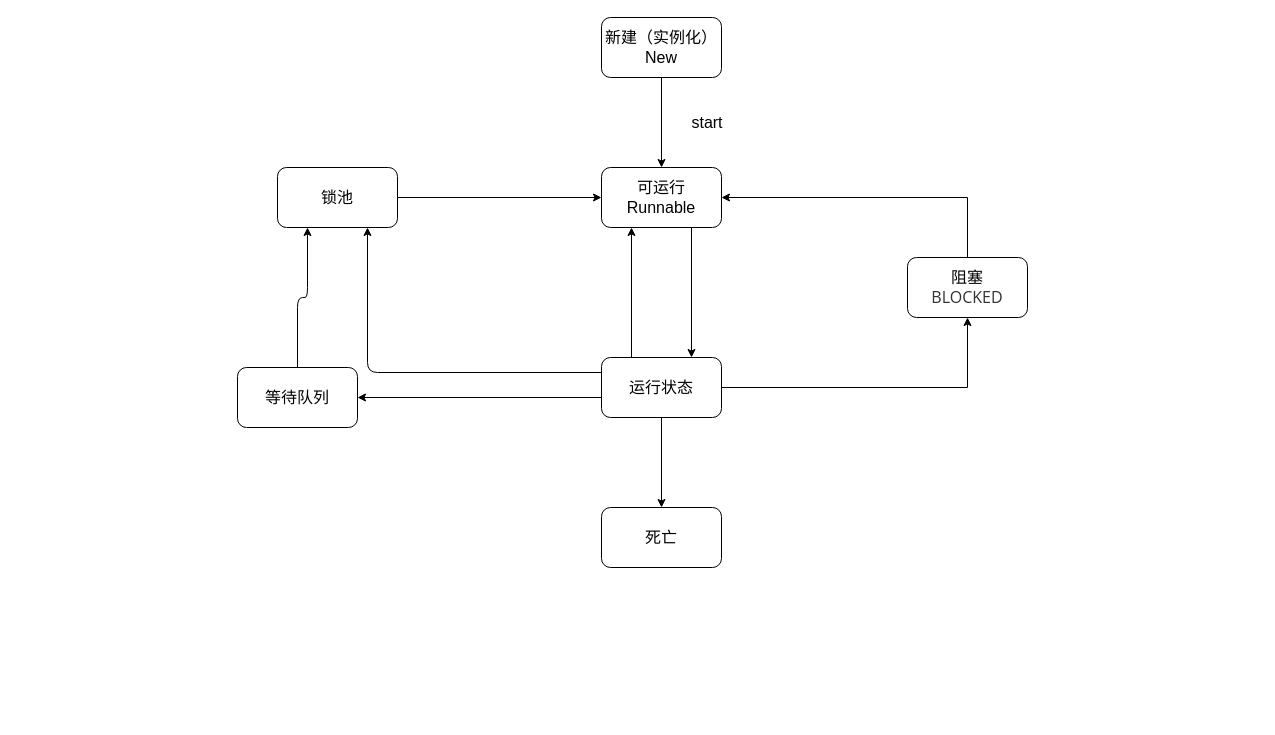
Before: 图表文件/多线程/线程状态转换.drawio in Syske/person-learning-note, a draw.io diagram. Source tidied: cells renumbered, new cells numbered last; positions are measured from the earlier drawing's top-left corner, leaving out a move shared by most shapes. Both pictures are drawn from the tidied source at 100%, with x=0, y=0 at pixel (237, 17).
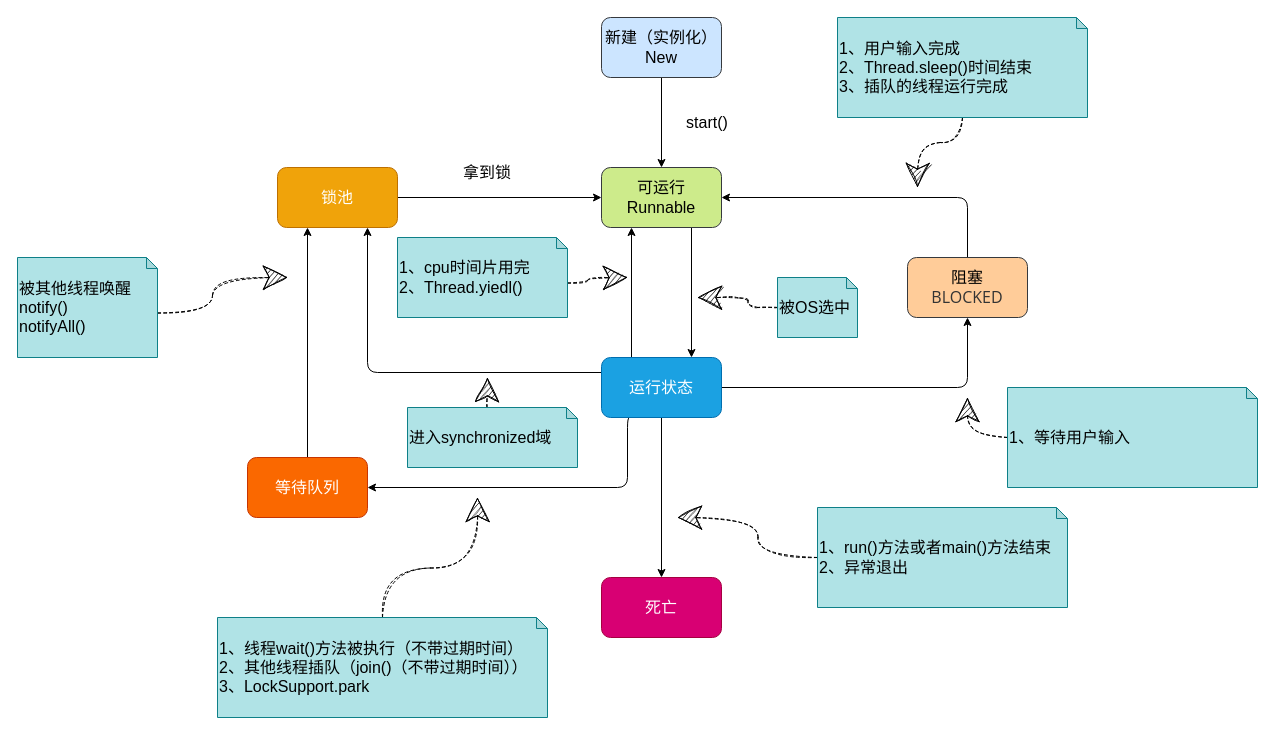
Above is the later version.

Commit message (it also covers changes not shown here):
update note commit by system at 2021-11-15 18:00:02.82

The edit, as a diff of the source:
```diff
@@
-    <mxCell id="3" value="新建（实例化）&lt;br&gt;New" style="rounded=1;whiteSpace=wrap;html=1;fontSize=16;" parent="1" vertex="1">
+    <mxCell id="3" value="新建（实例化）&lt;br&gt;New" style="rounded=1;whiteSpace=wrap;html=1;fontSize=16;fillColor=#cce5ff;strokeColor=#36393d;" parent="1" vertex="1">
       <mxGeometry x="364" width="120" height="60" as="geometry" />
     </mxCell>
@@
-    <mxCell id="5" value="可运行&lt;br&gt;Runnable" style="rounded=1;whiteSpace=wrap;html=1;fontSize=16;" parent="1" vertex="1">
+    <mxCell id="5" value="可运行&lt;br&gt;Runnable" style="rounded=1;whiteSpace=wrap;html=1;fontSize=16;fillColor=#cdeb8b;strokeColor=#36393d;" parent="1" vertex="1">
       <mxGeometry x="364" y="150" width="120" height="60" as="geometry" />
     </mxCell>
@@
-    <mxCell id="7" value="锁池" style="rounded=1;whiteSpace=wrap;html=1;fontSize=16;" parent="1" vertex="1">
+    <mxCell id="7" value="锁池" style="rounded=1;whiteSpace=wrap;html=1;fontSize=16;fillColor=#f0a30a;strokeColor=#BD7000;fontColor=#FFFFFF;" parent="1" vertex="1">
       <mxGeometry x="40" y="150" width="120" height="60" as="geometry" />
     </mxCell>
@@
-    <mxCell id="9" value="等待队列" style="rounded=1;whiteSpace=wrap;html=1;fontSize=16;" parent="1" vertex="1">
-      <mxGeometry y="350" width="120" height="60" as="geometry" />
+    <mxCell id="9" value="等待队列" style="rounded=1;whiteSpace=wrap;html=1;fontSize=16;fillColor=#fa6800;strokeColor=#C73500;fontColor=#FFFFFF;" parent="1" vertex="1">
+      <mxGeometry x="10" y="440" width="120" height="60" as="geometry" />
     </mxCell>
@@
-    <mxCell id="11" style="edgeStyle=orthogonalEdgeStyle;rounded=0;jettySize=auto;html=1;exitX=1;exitY=0.5;exitDx=0;exitDy=0;entryX=0.5;entryY=1;entryDx=0;entryDy=0;fontSize=16;" parent="1" edge="1" source="15" target="18">
+    <mxCell id="11" style="edgeStyle=orthogonalEdgeStyle;rounded=1;jettySize=auto;html=1;exitX=1;exitY=0.5;exitDx=0;exitDy=0;entryX=0.5;entryY=1;entryDx=0;entryDy=0;fontSize=16;" parent="1" edge="1" source="15" target="18">
       <mxGeometry relative="1" as="geometry" />
     </mxCell>
-    <mxCell id="12" style="edgeStyle=orthogonalEdgeStyle;rounded=0;jettySize=auto;html=1;exitX=0.003;exitY=0.649;exitDx=0;exitDy=0;fontSize=16;exitPerimeter=0;" parent="1" edge="1" source="15">
+    <mxCell id="12" style="edgeStyle=orthogonalEdgeStyle;rounded=1;jettySize=auto;html=1;exitX=0.25;exitY=1;exitDx=0;exitDy=0;fontSize=16;entryX=1;entryY=0.5;entryDx=0;entryDy=0;" parent="1" edge="1" source="15" target="9">
       <mxGeometry relative="1" as="geometry">
-        <mxPoint x="120" y="380" as="targetPoint" />
         <Array as="points">
-          <mxPoint x="364" y="380" />
+          <mxPoint x="390" y="400" />
+          <mxPoint x="390" y="470" />
         </Array>
       </mxGeometry>
     </mxCell>
@@
-    <mxCell id="15" value="运行状态" style="rounded=1;whiteSpace=wrap;html=1;fontSize=16;" parent="1" vertex="1">
+    <mxCell id="15" value="运行状态" style="rounded=1;whiteSpace=wrap;html=1;fontSize=16;fillColor=#1ba1e2;strokeColor=#006EAF;fontColor=#ffffff;" parent="1" vertex="1">
       <mxGeometry x="364" y="340" width="120" height="60" as="geometry" />
     </mxCell>
-    <mxCell id="16" value="死亡&lt;br&gt;" style="rounded=1;whiteSpace=wrap;html=1;fontSize=16;" parent="1" vertex="1">
-      <mxGeometry x="364" y="490" width="120" height="60" as="geometry" />
+    <mxCell id="16" value="死亡&lt;br&gt;" style="rounded=1;whiteSpace=wrap;html=1;fontSize=16;fillColor=#d80073;fontColor=#ffffff;strokeColor=#A50040;" parent="1" vertex="1">
+      <mxGeometry x="364" y="560" width="120" height="60" as="geometry" />
     </mxCell>
-    <mxCell id="17" style="edgeStyle=orthogonalEdgeStyle;rounded=0;jettySize=auto;html=1;exitX=0.5;exitY=0;exitDx=0;exitDy=0;entryX=1;entryY=0.5;entryDx=0;entryDy=0;fontSize=16;" parent="1" edge="1" source="18" target="5">
+    <mxCell id="17" style="edgeStyle=orthogonalEdgeStyle;rounded=1;jettySize=auto;html=1;exitX=0.5;exitY=0;exitDx=0;exitDy=0;entryX=1;entryY=0.5;entryDx=0;entryDy=0;fontSize=16;" parent="1" edge="1" source="18" target="5">
       <mxGeometry relative="1" as="geometry" />
     </mxCell>
-    <mxCell id="18" value="阻塞&lt;br&gt;&lt;span style=&quot;color: rgb(51 , 51 , 51) ; font-family: &amp;#34;open sans&amp;#34; , &amp;#34;clear sans&amp;#34; , &amp;#34;helvetica neue&amp;#34; , &amp;#34;helvetica&amp;#34; , &amp;#34;arial&amp;#34; , &amp;#34;segoe ui emoji&amp;#34; , sans-serif ; text-align: left ; background-color: rgb(255 , 255 , 255)&quot;&gt;BLOCKED&lt;/span&gt;" style="rounded=1;whiteSpace=wrap;html=1;fontSize=16;" parent="1" vertex="1">
+    <mxCell id="18" value="阻塞&lt;br&gt;&lt;span style=&quot;color: rgb(51 , 51 , 51) ; font-family: &amp;#34;open sans&amp;#34; , &amp;#34;clear sans&amp;#34; , &amp;#34;helvetica neue&amp;#34; , &amp;#34;helvetica&amp;#34; , &amp;#34;arial&amp;#34; , &amp;#34;segoe ui emoji&amp;#34; , sans-serif ; text-align: left&quot;&gt;BLOCKED&lt;/span&gt;" style="rounded=1;whiteSpace=wrap;html=1;fontSize=16;fillColor=#ffcc99;strokeColor=#36393d;" parent="1" vertex="1">
       <mxGeometry x="670" y="240" width="120" height="60" as="geometry" />
     </mxCell>
-    <mxCell id="19" value="start" style="text;html=1;strokeColor=none;fillColor=none;align=center;verticalAlign=middle;whiteSpace=wrap;rounded=0;fontSize=16;" parent="1" vertex="1">
+    <mxCell id="19" value="start()" style="text;html=1;strokeColor=none;fillColor=none;align=center;verticalAlign=middle;whiteSpace=wrap;rounded=0;fontSize=16;" parent="1" vertex="1">
       <mxGeometry x="440" y="90" width="60" height="30" as="geometry" />
     </mxCell>
+    <mxCell id="20" value="拿到锁" style="text;html=1;strokeColor=none;fillColor=none;align=center;verticalAlign=middle;whiteSpace=wrap;rounded=0;fontSize=16;" parent="1" vertex="1">
+      <mxGeometry x="220" y="140" width="60" height="30" as="geometry" />
+    </mxCell>
+    <mxCell id="21" style="edgeStyle=orthogonalEdgeStyle;rounded=1;jettySize=auto;html=1;exitX=0;exitY=0;exitDx=140;exitDy=55.5;exitPerimeter=0;dashed=1;curved=1;sketch=1;endSize=22;" parent="1" edge="1" source="22">
+      <mxGeometry relative="1" as="geometry">
+        <mxPoint x="50" y="260" as="targetPoint" />
+      </mxGeometry>
+    </mxCell>
+    <mxCell id="22" value="&lt;span style=&quot;font-size: 16px&quot;&gt;被其他线程唤醒&lt;/span&gt;&lt;br style=&quot;font-size: 16px&quot;&gt;&lt;span style=&quot;font-size: 16px&quot;&gt;notify()&lt;/span&gt;&lt;br style=&quot;font-size: 16px&quot;&gt;&lt;span style=&quot;font-size: 16px&quot;&gt;notifyAll()&lt;/span&gt;" style="shape=note;whiteSpace=wrap;html=1;backgroundOutline=1;darkOpacity=0.05;labelBackgroundColor=none;align=left;size=11;fillColor=#b0e3e6;strokeColor=#0e8088;" parent="1" vertex="1">
+      <mxGeometry x="-220" y="240" width="140" height="100" as="geometry" />
+    </mxCell>
+    <mxCell id="23" style="edgeStyle=orthogonalEdgeStyle;curved=1;rounded=1;sketch=1;jettySize=auto;html=1;exitX=0;exitY=0.5;exitDx=0;exitDy=0;exitPerimeter=0;dashed=1;endSize=22;" parent="1" edge="1" source="24">
+      <mxGeometry relative="1" as="geometry">
+        <mxPoint x="440" y="500" as="targetPoint" />
+      </mxGeometry>
+    </mxCell>
+    <mxCell id="24" value="&lt;span style=&quot;font-size: 16px&quot;&gt;1、run()方法或者main()方法结束&lt;/span&gt;&lt;br style=&quot;font-size: 16px&quot;&gt;&lt;span style=&quot;font-size: 16px&quot;&gt;2、异常退出&lt;/span&gt;" style="shape=note;whiteSpace=wrap;html=1;backgroundOutline=1;darkOpacity=0.05;labelBackgroundColor=none;align=left;size=11;fillColor=#b0e3e6;strokeColor=#0e8088;" parent="1" vertex="1">
+      <mxGeometry x="580" y="490" width="250" height="100" as="geometry" />
+    </mxCell>
+    <mxCell id="25" style="edgeStyle=orthogonalEdgeStyle;curved=1;rounded=1;sketch=1;jettySize=auto;html=1;exitX=0;exitY=0.5;exitDx=0;exitDy=0;exitPerimeter=0;dashed=1;endSize=22;" parent="1" edge="1" source="26">
+      <mxGeometry relative="1" as="geometry">
+        <mxPoint x="730" y="380" as="targetPoint" />
+      </mxGeometry>
+    </mxCell>
+    <mxCell id="26" value="&lt;span style=&quot;font-size: 16px&quot;&gt;1、等待用户输入&lt;/span&gt;" style="shape=note;whiteSpace=wrap;html=1;backgroundOutline=1;darkOpacity=0.05;labelBackgroundColor=none;align=left;size=11;fillColor=#b0e3e6;strokeColor=#0e8088;" parent="1" vertex="1">
+      <mxGeometry x="770" y="370" width="250" height="100" as="geometry" />
+    </mxCell>
+    <mxCell id="27" style="edgeStyle=orthogonalEdgeStyle;curved=1;rounded=1;sketch=1;jettySize=auto;html=1;exitX=0.5;exitY=1;exitDx=0;exitDy=0;exitPerimeter=0;dashed=1;endSize=22;" parent="1" edge="1" source="28">
+      <mxGeometry relative="1" as="geometry">
+        <mxPoint x="680" y="170" as="targetPoint" />
+      </mxGeometry>
+    </mxCell>
+    <mxCell id="28" value="&lt;span style=&quot;font-size: 16px&quot;&gt;1、用户输入完成&lt;/span&gt;&lt;br style=&quot;font-size: 16px&quot;&gt;&lt;span style=&quot;font-size: 16px&quot;&gt;2、Thread.sleep()时间结束&lt;/span&gt;&lt;br style=&quot;font-size: 16px&quot;&gt;&lt;span style=&quot;font-size: 16px&quot;&gt;3、插队的线程运行完成&lt;/span&gt;" style="shape=note;whiteSpace=wrap;html=1;backgroundOutline=1;darkOpacity=0.05;labelBackgroundColor=none;align=left;size=11;fillColor=#b0e3e6;strokeColor=#0e8088;" parent="1" vertex="1">
+      <mxGeometry x="600" width="250" height="100" as="geometry" />
+    </mxCell>
+    <mxCell id="29" style="edgeStyle=orthogonalEdgeStyle;curved=1;rounded=1;sketch=1;jettySize=auto;html=1;exitX=0;exitY=0;exitDx=170;exitDy=45.5;exitPerimeter=0;dashed=1;endSize=22;" parent="1" edge="1" source="30">
+      <mxGeometry relative="1" as="geometry">
+        <mxPoint x="390" y="260" as="targetPoint" />
+      </mxGeometry>
+    </mxCell>
+    <mxCell id="30" value="&lt;span style=&quot;font-size: 16px&quot;&gt;1、cpu时间片用完&lt;/span&gt;&lt;br style=&quot;font-size: 16px&quot;&gt;&lt;span style=&quot;font-size: 16px&quot;&gt;2、Thread.yiedl()&lt;/span&gt;" style="shape=note;whiteSpace=wrap;html=1;backgroundOutline=1;darkOpacity=0.05;labelBackgroundColor=none;align=left;size=11;fillColor=#b0e3e6;strokeColor=#0e8088;" parent="1" vertex="1">
+      <mxGeometry x="160" y="220" width="170" height="80" as="geometry" />
+    </mxCell>
+    <mxCell id="31" style="edgeStyle=orthogonalEdgeStyle;rounded=1;sketch=1;jettySize=auto;html=1;exitX=0.5;exitY=0;exitDx=0;exitDy=0;exitPerimeter=0;dashed=1;endSize=22;curved=1;" parent="1" edge="1" source="32">
+      <mxGeometry relative="1" as="geometry">
+        <mxPoint x="240" y="480" as="targetPoint" />
+      </mxGeometry>
+    </mxCell>
+    <mxCell id="32" value="&lt;span style=&quot;font-size: 16px&quot;&gt;1、线程&lt;/span&gt;&lt;span style=&quot;font-size: 16px ; text-align: center&quot;&gt;wait()方法被执行&lt;/span&gt;&lt;span style=&quot;font-size: 16px ; text-align: center&quot;&gt;（不带过期时间）&lt;/span&gt;&lt;span style=&quot;font-size: 16px ; text-align: center&quot;&gt;&lt;br&gt;&lt;/span&gt;&lt;span style=&quot;font-size: 16px&quot;&gt;2&lt;/span&gt;&lt;span style=&quot;font-size: 16px&quot;&gt;、其他线程插队（join()&lt;/span&gt;&lt;span style=&quot;font-size: 16px ; text-align: center&quot;&gt;（不带过期时间）&lt;/span&gt;&lt;span style=&quot;font-size: 16px&quot;&gt;）&lt;/span&gt;&lt;br&gt;&lt;span style=&quot;font-size: 16px&quot;&gt;3、LockSupport.park&lt;/span&gt;&lt;span style=&quot;font-size: 16px ; text-align: center&quot;&gt;&lt;br&gt;&lt;/span&gt;" style="shape=note;whiteSpace=wrap;html=1;backgroundOutline=1;darkOpacity=0.05;labelBackgroundColor=none;align=left;size=11;fillColor=#b0e3e6;strokeColor=#0e8088;" parent="1" vertex="1">
+      <mxGeometry x="-20" y="600" width="330" height="100" as="geometry" />
+    </mxCell>
+    <mxCell id="33" style="edgeStyle=orthogonalEdgeStyle;rounded=1;sketch=1;jettySize=auto;html=1;exitX=0;exitY=0;exitDx=79.5;exitDy=0;exitPerimeter=0;dashed=1;endSize=22;" parent="1" edge="1" source="34">
+      <mxGeometry relative="1" as="geometry">
+        <mxPoint x="250" y="360" as="targetPoint" />
+      </mxGeometry>
+    </mxCell>
+    <mxCell id="34" value="&lt;span style=&quot;font-size: 16px ; text-align: center&quot;&gt;进入synchronized域&lt;/span&gt;" style="shape=note;whiteSpace=wrap;html=1;backgroundOutline=1;darkOpacity=0.05;labelBackgroundColor=none;align=left;size=11;fillColor=#b0e3e6;strokeColor=#0e8088;" parent="1" vertex="1">
+      <mxGeometry x="170" y="390" width="170" height="60" as="geometry" />
+    </mxCell>
+    <mxCell id="35" style="edgeStyle=orthogonalEdgeStyle;rounded=1;sketch=1;jettySize=auto;html=1;exitX=0;exitY=0.5;exitDx=0;exitDy=0;exitPerimeter=0;dashed=1;endSize=22;" parent="1" edge="1" source="36">
+      <mxGeometry relative="1" as="geometry">
+        <mxPoint x="460" y="280" as="targetPoint" />
+      </mxGeometry>
+    </mxCell>
+    <mxCell id="36" value="&lt;span style=&quot;font-size: 16px ; text-align: center&quot;&gt;被OS选中&lt;/span&gt;" style="shape=note;whiteSpace=wrap;html=1;backgroundOutline=1;darkOpacity=0.05;labelBackgroundColor=none;align=left;size=11;fillColor=#b0e3e6;strokeColor=#0e8088;" parent="1" vertex="1">
+      <mxGeometry x="540" y="260" width="80" height="60" as="geometry" />
+    </mxCell>
```
